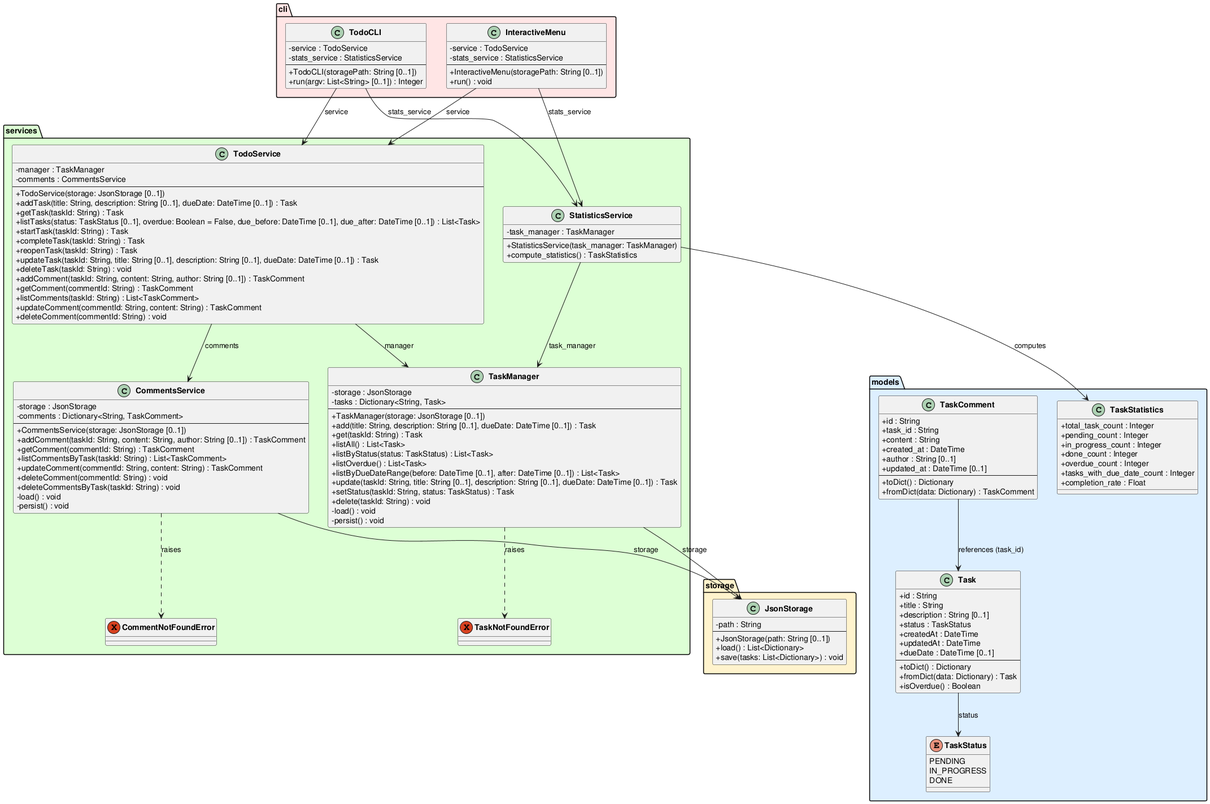
Before: experiments/broadcast/structured_text/TODO/artifacts/class_diagram.png, a diagram exported from PlantUML (DanielRiha8906/Software_autoevolution_using_agents).
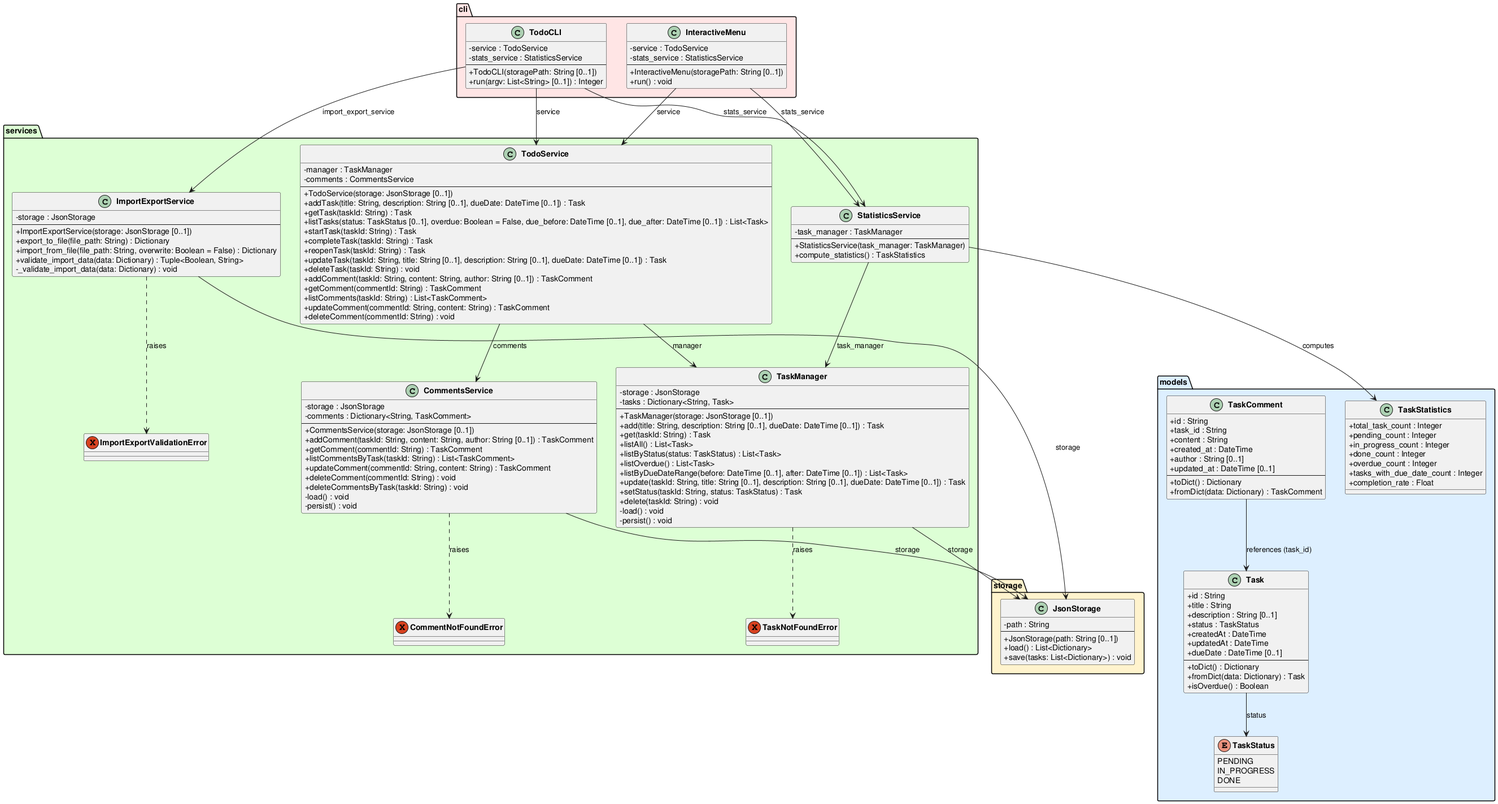
The same diagram one commit later.

What changed in the source:
```diff
@@ -60,6 +60,7 @@
 package "services" #DDFFD4 {
     exception TaskNotFoundError
     exception CommentNotFoundError
+    exception ImportExportValidationError
 
     class TaskManager {
         -storage : JsonStorage
@@ -120,6 +121,16 @@
         +StatisticsService(task_manager: TaskManager)
         +compute_statistics() : TaskStatistics
     }
+
+    class ImportExportService {
+        -storage : JsonStorage
+        --
+        +ImportExportService(storage: JsonStorage [0..1])
+        +export_to_file(file_path: String) : Dictionary
+        +import_from_file(file_path: String, overwrite: Boolean = False) : Dictionary
+        +validate_import_data(data: Dictionary) : Tuple<Boolean, String>
+        -_validate_import_data(data: Dictionary) : void
+    }
 }
 
 package "cli" #FFE5E5 {
@@ -146,12 +157,15 @@
 TaskManager ..> TaskNotFoundError : raises
 CommentsService --> JsonStorage : storage
 CommentsService ..> CommentNotFoundError : raises
+ImportExportService --> JsonStorage : storage
+ImportExportService ..> ImportExportValidationError : raises
 TodoService --> TaskManager : manager
 TodoService --> CommentsService : comments
 StatisticsService --> TaskManager : task_manager
 StatisticsService --> TaskStatistics : computes
 TodoCLI --> TodoService : service
 TodoCLI --> StatisticsService : stats_service
+TodoCLI --> ImportExportService : import_export_service
 InteractiveMenu --> TodoService : service
 InteractiveMenu --> StatisticsService : stats_service
 
```
